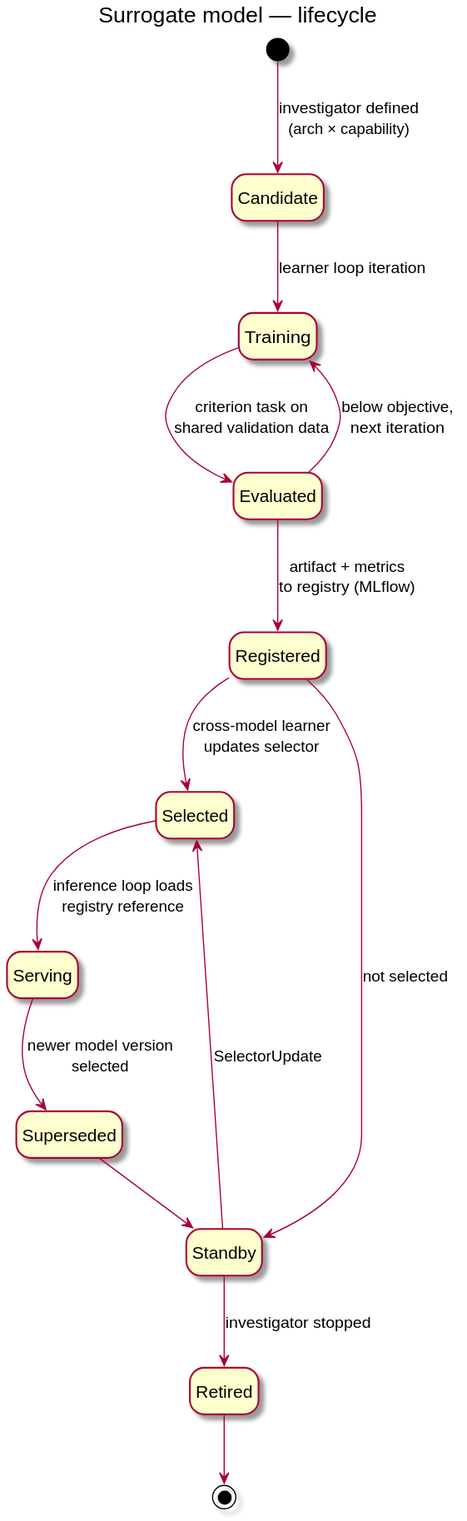
radical-collaboration/amsc keeps this PlantUML diagram as architecture/diagrams/lifecycle-model.svg. Above is the earlier version. The source it was exported from:
```plantuml
@startuml lifecycle-model
title Surrogate model — lifecycle
hide empty description

[*] --> Candidate : investigator defined\n(arch × capability)
Candidate --> Training : learner loop iteration
Training --> Evaluated : criterion task on\nshared validation data
Evaluated --> Training : below objective,\nnext iteration
Evaluated --> Registered : artifact + metrics\nto registry (MLflow)
Registered --> Selected : cross-model learner\nupdates selector
Registered --> Standby : not selected
Standby --> Selected : SelectorUpdate
Selected --> Serving : inference loop loads\nregistry reference
Serving --> Superseded : newer model version\nselected
Superseded --> Standby
Standby --> Retired : investigator stopped
Retired --> [*]
@enduml
```
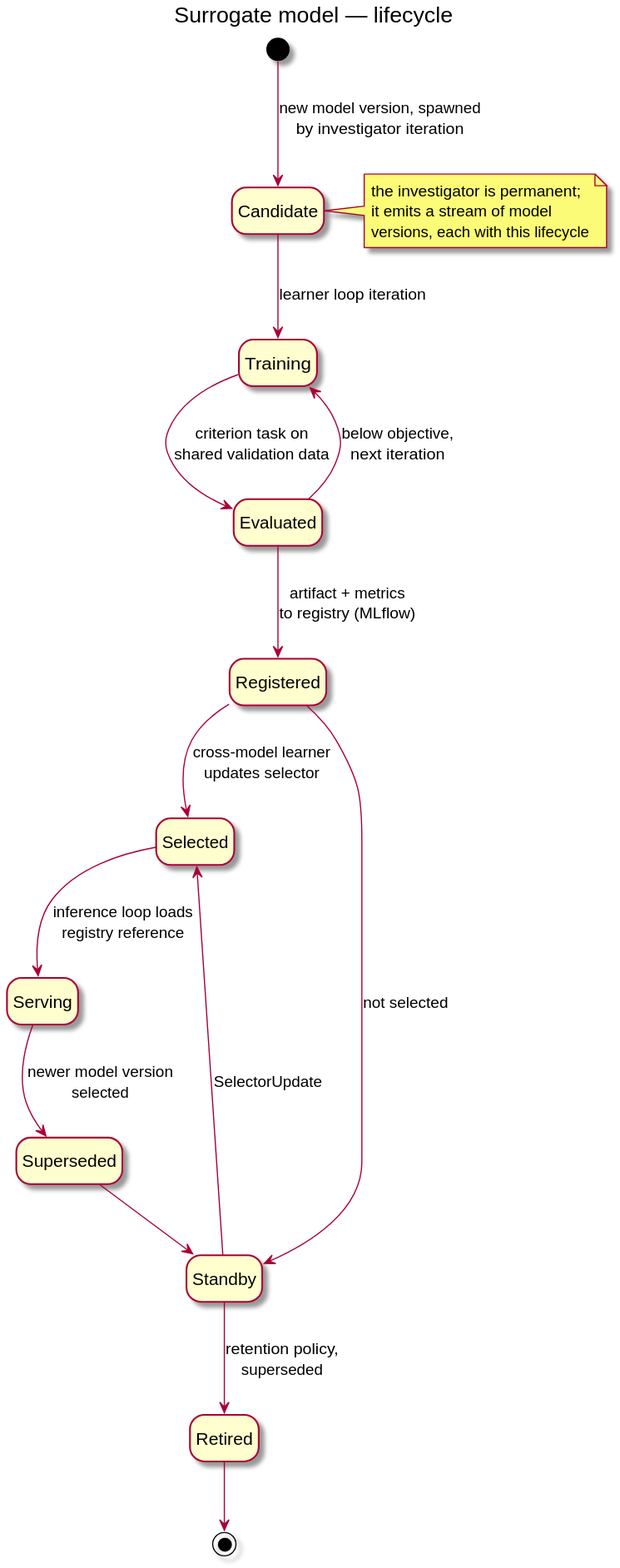
Later version of the same file.

Commit message:
DT architecture: feedback round 2 + presentation

Change to the diagram source:
```diff
@@ -2,7 +2,7 @@
 title Surrogate model — lifecycle
 hide empty description
 
-[*] --> Candidate : investigator defined\n(arch × capability)
+[*] --> Candidate : new model version, spawned\nby investigator iteration
 Candidate --> Training : learner loop iteration
 Training --> Evaluated : criterion task on\nshared validation data
 Evaluated --> Training : below objective,\nnext iteration
@@ -13,6 +13,12 @@
 Selected --> Serving : inference loop loads\nregistry reference
 Serving --> Superseded : newer model version\nselected
 Superseded --> Standby
-Standby --> Retired : investigator stopped
+Standby --> Retired : retention policy,\nsuperseded
 Retired --> [*]
+
+note right of Candidate
+  the investigator is permanent;
+  it emits a stream of model
+  versions, each with this lifecycle
+end note
 @enduml
```
